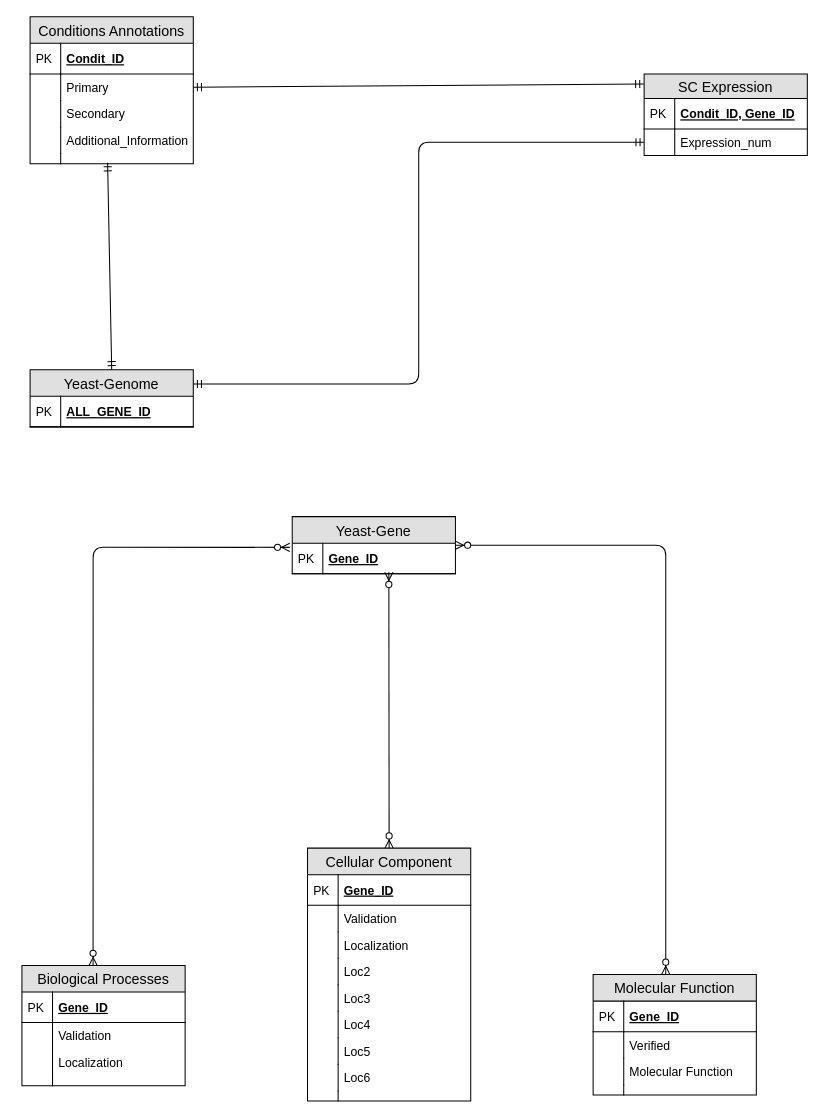
Before: Yeast_Transcriptomics_DB_RM.drawio in thangdaoo/YeastTranscriptomics-DB, a draw.io diagram. Source tidied: cells renumbered, new cells numbered last; positions are measured from the earlier drawing's top-left corner, leaving out a move shared by most shapes. Both pictures are drawn from the tidied source at 102%, with x=0, y=0 at pixel (21, 16).
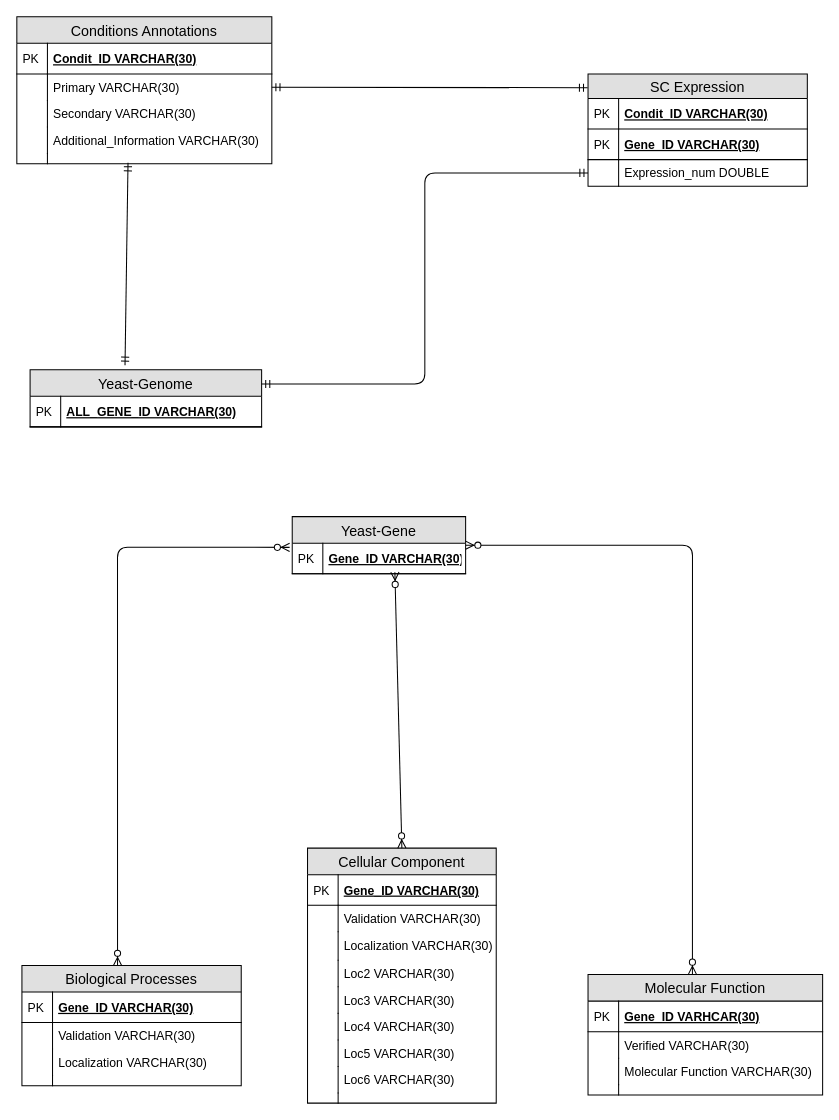
The same diagram, later.

Diff of the diagram source:
```diff
@@
     <mxCell id="2" value="Conditions Annotations" style="swimlane;fontStyle=0;horizontal=1;startSize=26;fillColor=#e0e0e0;swimlaneFillColor=#ffffff;align=center;fontSize=14;" parent="1" vertex="1">
-      <mxGeometry x="8" width="160" height="144" as="geometry" />
+      <mxGeometry x="-5" width="250" height="144" as="geometry" />
     </mxCell>
-    <mxCell id="3" value="Condit_ID" style="shape=partialRectangle;top=0;left=0;right=0;bottom=1;align=left;verticalAlign=middle;fillColor=none;spacingLeft=34;spacingRight=4;overflow=hidden;fontStyle=5;fontSize=12;" parent="2" vertex="1">
-      <mxGeometry y="26" width="160" height="30" as="geometry" />
+    <mxCell id="3" value="Condit_ID VARCHAR(30)" style="shape=partialRectangle;top=0;left=0;right=0;bottom=1;align=left;verticalAlign=middle;fillColor=none;spacingLeft=34;spacingRight=4;overflow=hidden;fontStyle=5;fontSize=12;" parent="2" vertex="1">
+      <mxGeometry y="26" width="250" height="30" as="geometry" />
     </mxCell>
@@
-    <mxCell id="5" value="Primary" style="shape=partialRectangle;top=0;left=0;right=0;bottom=0;align=left;verticalAlign=top;fillColor=none;spacingLeft=34;spacingRight=4;overflow=hidden;points=[[0,0.5],[1,0.5]];portConstraint=eastwest;fontSize=12;" parent="2" vertex="1">
-      <mxGeometry y="56" width="160" height="26" as="geometry" />
+    <mxCell id="5" value="Primary VARCHAR(30)" style="shape=partialRectangle;top=0;left=0;right=0;bottom=0;align=left;verticalAlign=top;fillColor=none;spacingLeft=34;spacingRight=4;overflow=hidden;points=[[0,0.5],[1,0.5]];portConstraint=eastwest;fontSize=12;" parent="2" vertex="1">
+      <mxGeometry y="56" width="250" height="26" as="geometry" />
     </mxCell>
@@
-    <mxCell id="7" value="Secondary" style="shape=partialRectangle;top=0;left=0;right=0;bottom=0;align=left;verticalAlign=top;fillColor=none;spacingLeft=34;spacingRight=4;overflow=hidden;fontSize=12;" parent="2" vertex="1">
-      <mxGeometry y="82" width="160" height="26" as="geometry" />
+    <mxCell id="7" value="Secondary VARCHAR(30)" style="shape=partialRectangle;top=0;left=0;right=0;bottom=0;align=left;verticalAlign=top;fillColor=none;spacingLeft=34;spacingRight=4;overflow=hidden;fontSize=12;" parent="2" vertex="1">
+      <mxGeometry y="82" width="250" height="26" as="geometry" />
     </mxCell>
@@
-    <mxCell id="9" value="Additional_Information" style="shape=partialRectangle;top=0;left=0;right=0;bottom=0;align=left;verticalAlign=top;fillColor=none;spacingLeft=34;spacingRight=4;overflow=hidden;fontSize=12;" parent="2" vertex="1">
-      <mxGeometry y="108" width="160" height="26" as="geometry" />
+    <mxCell id="9" value="Additional_Information VARCHAR(30)" style="shape=partialRectangle;top=0;left=0;right=0;bottom=0;align=left;verticalAlign=top;fillColor=none;spacingLeft=34;spacingRight=4;overflow=hidden;fontSize=12;" parent="2" vertex="1">
+      <mxGeometry y="108" width="250" height="26" as="geometry" />
     </mxCell>
@@
     <mxCell id="11" style="shape=partialRectangle;top=0;left=0;right=0;bottom=0;align=left;verticalAlign=top;fillColor=none;spacingLeft=34;spacingRight=4;overflow=hidden;points=[[0,0.5],[1,0.5]];portConstraint=eastwest;fontSize=12;" parent="2" vertex="1">
-      <mxGeometry y="134" width="160" height="10" as="geometry" />
+      <mxGeometry y="134" width="250" height="10" as="geometry" />
     </mxCell>
@@
-    <mxCell id="13" style="fontSize=12;html=1;endArrow=ERmandOne;startArrow=ERmandOne;entryX=0.475;entryY=0.9;entryDx=0;entryDy=0;entryPerimeter=0;exitX=-0.002;exitY=0.123;exitDx=0;exitDy=0;exitPerimeter=0;" parent="2" edge="1" source="51">
-      <mxGeometry relative="1" as="geometry">
-        <mxPoint x="160" y="69" as="targetPoint" />
-      </mxGeometry>
-    </mxCell>
     <mxCell id="14" value="Biological Processes" style="swimlane;fontStyle=0;horizontal=1;startSize=26;fillColor=#e0e0e0;swimlaneFillColor=#ffffff;align=center;fontSize=14;" parent="1" vertex="1">
-      <mxGeometry y="930" width="160" height="118" as="geometry" />
+      <mxGeometry y="930" width="215" height="118" as="geometry" />
     </mxCell>
-    <mxCell id="15" value="Gene_ID" style="shape=partialRectangle;top=0;left=0;right=0;bottom=1;align=left;verticalAlign=middle;fillColor=none;spacingLeft=34;spacingRight=4;overflow=hidden;fontStyle=5;fontSize=12;" parent="14" vertex="1">
-      <mxGeometry y="26" width="160" height="30" as="geometry" />
+    <mxCell id="15" value="Gene_ID VARCHAR(30)" style="shape=partialRectangle;top=0;left=0;right=0;bottom=1;align=left;verticalAlign=middle;fillColor=none;spacingLeft=34;spacingRight=4;overflow=hidden;fontStyle=5;fontSize=12;" parent="14" vertex="1">
+      <mxGeometry y="26" width="215" height="30" as="geometry" />
     </mxCell>
@@
-    <mxCell id="17" value="Validation" style="shape=partialRectangle;top=0;left=0;right=0;bottom=0;align=left;verticalAlign=top;fillColor=none;spacingLeft=34;spacingRight=4;overflow=hidden;fontSize=12;" parent="14" vertex="1">
-      <mxGeometry y="56" width="160" height="26" as="geometry" />
+    <mxCell id="17" value="Validation VARCHAR(30)" style="shape=partialRectangle;top=0;left=0;right=0;bottom=0;align=left;verticalAlign=top;fillColor=none;spacingLeft=34;spacingRight=4;overflow=hidden;fontSize=12;" parent="14" vertex="1">
+      <mxGeometry y="56" width="215" height="26" as="geometry" />
     </mxCell>
@@
-    <mxCell id="19" value="Localization" style="shape=partialRectangle;top=0;left=0;right=0;bottom=0;align=left;verticalAlign=top;fillColor=none;spacingLeft=34;spacingRight=4;overflow=hidden;fontSize=12;" parent="14" vertex="1">
-      <mxGeometry y="82" width="160" height="26" as="geometry" />
+    <mxCell id="19" value="Localization VARCHAR(30)" style="shape=partialRectangle;top=0;left=0;right=0;bottom=0;align=left;verticalAlign=top;fillColor=none;spacingLeft=34;spacingRight=4;overflow=hidden;fontSize=12;" parent="14" vertex="1">
+      <mxGeometry y="82" width="215" height="26" as="geometry" />
     </mxCell>
@@
     <mxCell id="21" style="shape=partialRectangle;top=0;left=0;right=0;bottom=0;align=left;verticalAlign=top;fillColor=none;spacingLeft=34;spacingRight=4;overflow=hidden;fontSize=12;" parent="14" vertex="1">
-      <mxGeometry y="108" width="160" height="10" as="geometry" />
+      <mxGeometry y="108" width="215" height="10" as="geometry" />
     </mxCell>
@@
     <mxCell id="23" value="Cellular Component" style="swimlane;fontStyle=0;horizontal=1;startSize=26;fillColor=#e0e0e0;swimlaneFillColor=#ffffff;align=center;fontSize=14;" parent="1" vertex="1">
-      <mxGeometry x="280" y="815" width="160" height="248" as="geometry" />
+      <mxGeometry x="280" y="815" width="185" height="250" as="geometry" />
     </mxCell>
-    <mxCell id="24" value="Gene_ID" style="shape=partialRectangle;top=0;left=0;right=0;bottom=1;align=left;verticalAlign=middle;fillColor=none;spacingLeft=34;spacingRight=4;overflow=hidden;fontStyle=5;fontSize=12;" parent="23" vertex="1">
-      <mxGeometry y="26" width="160" height="30" as="geometry" />
+    <mxCell id="24" value="Gene_ID VARCHAR(30)" style="shape=partialRectangle;top=0;left=0;right=0;bottom=1;align=left;verticalAlign=middle;fillColor=none;spacingLeft=34;spacingRight=4;overflow=hidden;fontStyle=5;fontSize=12;" parent="23" vertex="1">
+      <mxGeometry y="26" width="185" height="30" as="geometry" />
     </mxCell>
@@
-    <mxCell id="26" value="Validation" style="shape=partialRectangle;top=0;left=0;right=0;bottom=0;align=left;verticalAlign=top;fillColor=none;spacingLeft=34;spacingRight=4;overflow=hidden;fontSize=12;" parent="23" vertex="1">
-      <mxGeometry y="56" width="160" height="26" as="geometry" />
+    <mxCell id="26" value="Validation VARCHAR(30)" style="shape=partialRectangle;top=0;left=0;right=0;bottom=0;align=left;verticalAlign=top;fillColor=none;spacingLeft=34;spacingRight=4;overflow=hidden;fontSize=12;" parent="23" vertex="1">
+      <mxGeometry y="56" width="185" height="26" as="geometry" />
     </mxCell>
@@
-    <mxCell id="28" value="Localization" style="shape=partialRectangle;top=0;left=0;right=0;bottom=0;align=left;verticalAlign=top;fillColor=none;spacingLeft=34;spacingRight=4;overflow=hidden;fontSize=12;" parent="23" vertex="1">
-      <mxGeometry y="82" width="160" height="26" as="geometry" />
+    <mxCell id="28" value="Localization VARCHAR(30)" style="shape=partialRectangle;top=0;left=0;right=0;bottom=0;align=left;verticalAlign=top;fillColor=none;spacingLeft=34;spacingRight=4;overflow=hidden;fontSize=12;" parent="23" vertex="1">
+      <mxGeometry y="82" width="185" height="28" as="geometry" />
     </mxCell>
     <mxCell id="29" style="shape=partialRectangle;top=0;left=0;bottom=0;fillColor=none;align=left;verticalAlign=top;spacingLeft=4;spacingRight=4;overflow=hidden;fontSize=12;" parent="28" vertex="1">
-      <mxGeometry width="30" height="26" as="geometry" />
+      <mxGeometry width="30" height="28" as="geometry" />
     </mxCell>
-    <mxCell id="30" value="Loc2" style="shape=partialRectangle;top=0;left=0;right=0;bottom=0;align=left;verticalAlign=top;fillColor=none;spacingLeft=34;spacingRight=4;overflow=hidden;fontSize=12;" parent="23" vertex="1">
-      <mxGeometry y="108" width="160" height="26" as="geometry" />
+    <mxCell id="30" value="Loc2 VARCHAR(30)" style="shape=partialRectangle;top=0;left=0;right=0;bottom=0;align=left;verticalAlign=top;fillColor=none;spacingLeft=34;spacingRight=4;overflow=hidden;fontSize=12;" parent="23" vertex="1">
+      <mxGeometry y="110" width="185" height="26" as="geometry" />
     </mxCell>
@@
-    <mxCell id="32" value="Loc3" style="shape=partialRectangle;top=0;left=0;right=0;bottom=0;align=left;verticalAlign=top;fillColor=none;spacingLeft=34;spacingRight=4;overflow=hidden;fontSize=12;" parent="23" vertex="1">
-      <mxGeometry y="134" width="160" height="26" as="geometry" />
+    <mxCell id="32" value="Loc3 VARCHAR(30)" style="shape=partialRectangle;top=0;left=0;right=0;bottom=0;align=left;verticalAlign=top;fillColor=none;spacingLeft=34;spacingRight=4;overflow=hidden;fontSize=12;" parent="23" vertex="1">
+      <mxGeometry y="136" width="185" height="26" as="geometry" />
     </mxCell>
@@
-    <mxCell id="34" value="Loc4" style="shape=partialRectangle;top=0;left=0;right=0;bottom=0;align=left;verticalAlign=top;fillColor=none;spacingLeft=34;spacingRight=4;overflow=hidden;fontSize=12;" parent="23" vertex="1">
-      <mxGeometry y="160" width="160" height="26" as="geometry" />
+    <mxCell id="34" value="Loc4 VARCHAR(30)" style="shape=partialRectangle;top=0;left=0;right=0;bottom=0;align=left;verticalAlign=top;fillColor=none;spacingLeft=34;spacingRight=4;overflow=hidden;fontSize=12;" parent="23" vertex="1">
+      <mxGeometry y="162" width="185" height="26" as="geometry" />
     </mxCell>
@@
-    <mxCell id="36" value="Loc5" style="shape=partialRectangle;top=0;left=0;right=0;bottom=0;align=left;verticalAlign=top;fillColor=none;spacingLeft=34;spacingRight=4;overflow=hidden;fontSize=12;" parent="23" vertex="1">
-      <mxGeometry y="186" width="160" height="26" as="geometry" />
+    <mxCell id="36" value="Loc5 VARCHAR(30)" style="shape=partialRectangle;top=0;left=0;right=0;bottom=0;align=left;verticalAlign=top;fillColor=none;spacingLeft=34;spacingRight=4;overflow=hidden;fontSize=12;" parent="23" vertex="1">
+      <mxGeometry y="188" width="185" height="26" as="geometry" />
     </mxCell>
@@
-    <mxCell id="38" value="Loc6" style="shape=partialRectangle;top=0;left=0;right=0;bottom=0;align=left;verticalAlign=top;fillColor=none;spacingLeft=34;spacingRight=4;overflow=hidden;fontSize=12;" parent="23" vertex="1">
-      <mxGeometry y="212" width="160" height="26" as="geometry" />
+    <mxCell id="38" value="Loc6 VARCHAR(30)" style="shape=partialRectangle;top=0;left=0;right=0;bottom=0;align=left;verticalAlign=top;fillColor=none;spacingLeft=34;spacingRight=4;overflow=hidden;fontSize=12;" parent="23" vertex="1">
+      <mxGeometry y="214" width="185" height="26" as="geometry" />
     </mxCell>
@@
     <mxCell id="40" style="shape=partialRectangle;top=0;left=0;right=0;bottom=0;align=left;verticalAlign=top;fillColor=none;spacingLeft=34;spacingRight=4;overflow=hidden;fontSize=12;" parent="23" vertex="1">
-      <mxGeometry y="238" width="160" height="10" as="geometry" />
+      <mxGeometry y="240" width="185" height="10" as="geometry" />
     </mxCell>
@@
     <mxCell id="42" value="Molecular Function" style="swimlane;fontStyle=0;horizontal=1;startSize=26;fillColor=#e0e0e0;swimlaneFillColor=#ffffff;align=center;fontSize=14;" parent="1" vertex="1">
-      <mxGeometry x="560" y="939" width="160" height="118" as="geometry" />
+      <mxGeometry x="555" y="939" width="230" height="118" as="geometry" />
     </mxCell>
-    <mxCell id="43" value="Gene_ID" style="shape=partialRectangle;top=0;left=0;right=0;bottom=1;align=left;verticalAlign=middle;fillColor=none;spacingLeft=34;spacingRight=4;overflow=hidden;fontStyle=5;fontSize=12;" parent="42" vertex="1">
-      <mxGeometry y="26" width="160" height="30" as="geometry" />
+    <mxCell id="43" value="Gene_ID VARHCAR(30)" style="shape=partialRectangle;top=0;left=0;right=0;bottom=1;align=left;verticalAlign=middle;fillColor=none;spacingLeft=34;spacingRight=4;overflow=hidden;fontStyle=5;fontSize=12;" parent="42" vertex="1">
+      <mxGeometry y="26" width="230" height="30" as="geometry" />
     </mxCell>
@@
-    <mxCell id="45" value="Verified" style="shape=partialRectangle;top=0;left=0;right=0;bottom=0;align=left;verticalAlign=top;fillColor=none;spacingLeft=34;spacingRight=4;overflow=hidden;fontSize=12;" parent="42" vertex="1">
-      <mxGeometry y="56" width="160" height="26" as="geometry" />
+    <mxCell id="45" value="Verified VARCHAR(30)" style="shape=partialRectangle;top=0;left=0;right=0;bottom=0;align=left;verticalAlign=top;fillColor=none;spacingLeft=34;spacingRight=4;overflow=hidden;fontSize=12;" parent="42" vertex="1">
+      <mxGeometry y="56" width="230" height="26" as="geometry" />
     </mxCell>
@@
-    <mxCell id="47" value="Molecular Function" style="shape=partialRectangle;top=0;left=0;right=0;bottom=0;align=left;verticalAlign=top;fillColor=none;spacingLeft=34;spacingRight=4;overflow=hidden;fontSize=12;" parent="42" vertex="1">
-      <mxGeometry y="82" width="160" height="26" as="geometry" />
+    <mxCell id="47" value="Molecular Function VARCHAR(30)" style="shape=partialRectangle;top=0;left=0;right=0;bottom=0;align=left;verticalAlign=top;fillColor=none;spacingLeft=34;spacingRight=4;overflow=hidden;fontSize=12;" parent="42" vertex="1">
+      <mxGeometry y="82" width="230" height="26" as="geometry" />
     </mxCell>
@@
     <mxCell id="49" style="shape=partialRectangle;top=0;left=0;right=0;bottom=0;align=left;verticalAlign=top;fillColor=none;spacingLeft=34;spacingRight=4;overflow=hidden;fontSize=12;" parent="42" vertex="1">
-      <mxGeometry y="108" width="160" height="10" as="geometry" />
+      <mxGeometry y="108" width="230" height="10" as="geometry" />
     </mxCell>
@@
     <mxCell id="51" value="SC Expression" style="swimlane;fontStyle=0;horizontal=1;startSize=24;fillColor=#e0e0e0;swimlaneFillColor=#ffffff;align=center;fontSize=14;" parent="1" vertex="1">
-      <mxGeometry x="610" y="56" width="160" height="80" as="geometry" />
+      <mxGeometry x="555" y="56" width="215" height="110" as="geometry" />
     </mxCell>
-    <mxCell id="52" value="Condit_ID, Gene_ID" style="shape=partialRectangle;top=0;left=0;right=0;bottom=1;align=left;verticalAlign=middle;fillColor=none;spacingLeft=34;spacingRight=4;overflow=hidden;fontStyle=5;fontSize=12;" parent="51" vertex="1">
-      <mxGeometry y="24" width="160" height="30" as="geometry" />
+    <mxCell id="52" value="Condit_ID VARCHAR(30)" style="shape=partialRectangle;top=0;left=0;right=0;bottom=1;align=left;verticalAlign=middle;fillColor=none;spacingLeft=34;spacingRight=4;overflow=hidden;fontStyle=5;fontSize=12;" parent="51" vertex="1">
+      <mxGeometry y="24" width="215" height="30" as="geometry" />
     </mxCell>
@@
+    <mxCell id="67" value="Gene_ID VARCHAR(30)" style="shape=partialRectangle;top=0;left=0;right=0;bottom=1;align=left;verticalAlign=middle;fillColor=none;spacingLeft=34;spacingRight=4;overflow=hidden;fontStyle=5;fontSize=12;" parent="51" vertex="1">
+      <mxGeometry y="54" width="215" height="30" as="geometry" />
+    </mxCell>
+    <mxCell id="68" value="PK" style="shape=partialRectangle;top=0;left=0;bottom=0;fillColor=none;align=left;verticalAlign=middle;spacingLeft=4;spacingRight=4;overflow=hidden;fontSize=12;" parent="67" vertex="1">
+      <mxGeometry width="30" height="30" as="geometry" />
+    </mxCell>
-    <mxCell id="54" value="Expression_num" style="shape=partialRectangle;top=0;left=0;right=0;bottom=0;align=left;verticalAlign=top;fillColor=none;spacingLeft=34;spacingRight=4;overflow=hidden;points=[[0,0.5],[1,0.5]];portConstraint=eastwest;fontSize=12;" parent="51" vertex="1">
-      <mxGeometry y="54" width="160" height="26" as="geometry" />
+    <mxCell id="54" value="Expression_num DOUBLE" style="shape=partialRectangle;top=0;left=0;right=0;bottom=0;align=left;verticalAlign=top;fillColor=none;spacingLeft=34;spacingRight=4;overflow=hidden;points=[[0,0.5],[1,0.5]];portConstraint=eastwest;fontSize=12;" parent="51" vertex="1">
+      <mxGeometry y="84" width="215" height="26" as="geometry" />
     </mxCell>
@@
     <mxCell id="56" value="Yeast-Gene" style="swimlane;fontStyle=0;horizontal=1;startSize=26;fillColor=#e0e0e0;swimlaneFillColor=#ffffff;align=center;fontSize=14;" parent="1" vertex="1">
-      <mxGeometry x="265" y="490" width="160" height="56" as="geometry" />
+      <mxGeometry x="265" y="490" width="170" height="56" as="geometry" />
     </mxCell>
-    <mxCell id="57" value="Gene_ID" style="shape=partialRectangle;top=0;left=0;right=0;bottom=1;align=left;verticalAlign=middle;fillColor=none;spacingLeft=34;spacingRight=4;overflow=hidden;points=[[0,0.5],[1,0.5]];portConstraint=eastwest;fontStyle=5;fontSize=12;" parent="56" vertex="1">
-      <mxGeometry y="26" width="160" height="30" as="geometry" />
+    <mxCell id="57" value="Gene_ID VARCHAR(30)" style="shape=partialRectangle;top=0;left=0;right=0;bottom=1;align=left;verticalAlign=middle;fillColor=none;spacingLeft=34;spacingRight=4;overflow=hidden;points=[[0,0.5],[1,0.5]];portConstraint=eastwest;fontStyle=5;fontSize=12;" parent="56" vertex="1">
+      <mxGeometry y="26" width="170" height="30" as="geometry" />
     </mxCell>
@@
     <mxCell id="59" value="Yeast-Genome" style="swimlane;fontStyle=0;horizontal=1;startSize=26;fillColor=#e0e0e0;swimlaneFillColor=#ffffff;align=center;fontSize=14;" parent="1" vertex="1">
-      <mxGeometry x="8" y="346" width="160" height="56" as="geometry" />
+      <mxGeometry x="8" y="346" width="227" height="56" as="geometry" />
     </mxCell>
-    <mxCell id="60" value="ALL_GENE_ID" style="shape=partialRectangle;top=0;left=0;right=0;bottom=1;align=left;verticalAlign=middle;fillColor=none;spacingLeft=34;spacingRight=4;overflow=hidden;fontStyle=5;fontSize=12;" parent="59" vertex="1">
-      <mxGeometry y="26" width="160" height="30" as="geometry" />
+    <mxCell id="60" value="ALL_GENE_ID VARCHAR(30)" style="shape=partialRectangle;top=0;left=0;right=0;bottom=1;align=left;verticalAlign=middle;fillColor=none;spacingLeft=34;spacingRight=4;overflow=hidden;fontStyle=5;fontSize=12;" parent="59" vertex="1">
+      <mxGeometry y="26" width="227" height="30" as="geometry" />
     </mxCell>
@@
-    <mxCell id="62" style="fontSize=12;html=1;endArrow=ERmandOne;startArrow=ERmandOne;entryX=0.475;entryY=0.9;entryDx=0;entryDy=0;entryPerimeter=0;exitX=0.5;exitY=0;exitDx=0;exitDy=0;" parent="1" edge="1" source="59" target="11">
-      <mxGeometry relative="1" as="geometry" />
+    <mxCell id="62" style="fontSize=12;html=1;endArrow=ERmandOne;startArrow=ERmandOne;exitX=0.41;exitY=-0.079;exitDx=0;exitDy=0;exitPerimeter=0;" parent="1" edge="1" source="59">
+      <mxGeometry relative="1" as="geometry">
+        <mxPoint x="104" y="143" as="targetPoint" />
+      </mxGeometry>
     </mxCell>
@@
+    <mxCell id="13" style="fontSize=12;html=1;endArrow=ERmandOne;startArrow=ERmandOne;entryX=1;entryY=0.5;entryDx=0;entryDy=0;exitX=-0.002;exitY=0.123;exitDx=0;exitDy=0;exitPerimeter=0;" parent="1" edge="1" source="51" target="5">
+      <mxGeometry relative="1" as="geometry" />
+    </mxCell>
```
